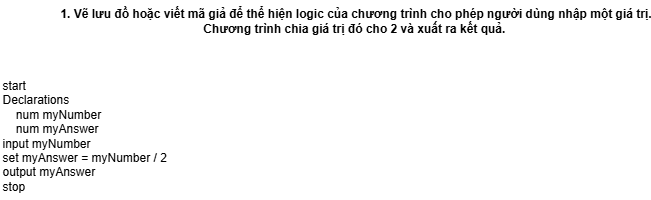
Earlier version of the draw.io export Exercises.drawio.png (tano-dev/CSLT_MTH00055). Source tidied: cells renumbered, new cells last; positions are measured from the earlier drawing's top-left corner, leaving out a move shared by most shapes.
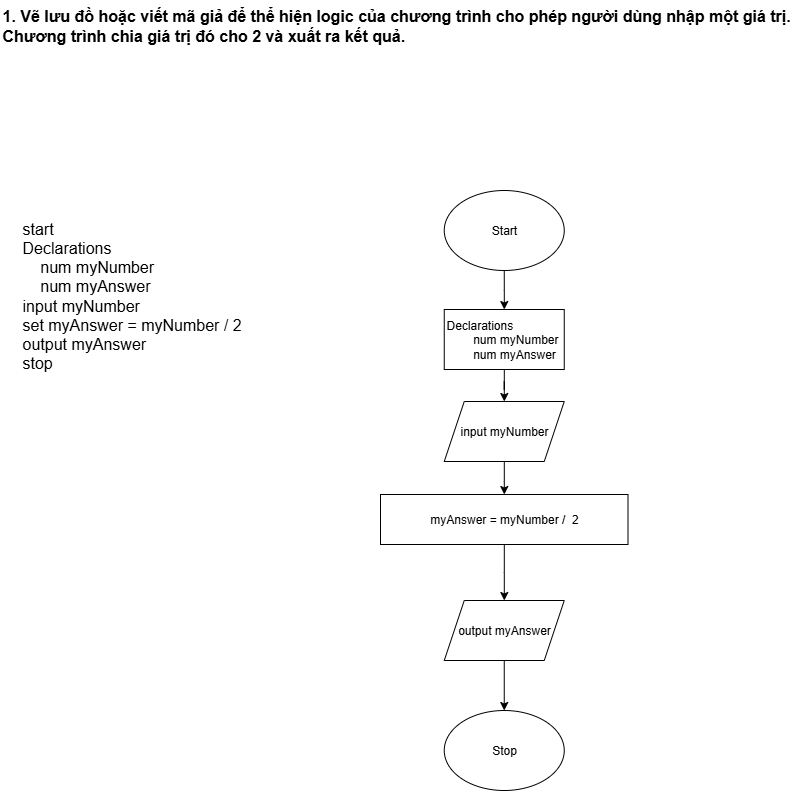
The same file after the commit.

What changed in the source:
```diff
@@ -2,11 +2,44 @@
   <root>
     <mxCell id="0" />
     <mxCell id="1" parent="0" />
-    <mxCell id="2" value="1. Vẽ lưu đồ hoặc viết mã giả để thể hiện logic của chương trình cho phép người dùng nhập một giá trị.&lt;br&gt;Chương trình chia giá trị đó cho 2 và xuất ra kết quả.&amp;nbsp;" style="text;html=1;align=center;verticalAlign=middle;strokeColor=none;fillColor=none;fontStyle=1;" parent="1" vertex="1">
-      <mxGeometry x="70" width="570" height="40" as="geometry" />
+    <mxCell id="2" value="&lt;font&gt;1. Vẽ lưu đồ hoặc viết mã giả để thể hiện logic của chương trình cho phép người dùng nhập một giá trị.&lt;br&gt;Chương trình chia giá trị đó cho 2 và xuất ra kết quả.&amp;nbsp;&lt;/font&gt;" style="text;html=1;align=left;verticalAlign=middle;strokeColor=none;fillColor=none;fontStyle=1;fontSize=16;labelBorderColor=none;" parent="1" vertex="1">
+      <mxGeometry x="-40" width="760" height="50" as="geometry" />
     </mxCell>
-    <mxCell id="3" value="&lt;div&gt;start&lt;/div&gt;&lt;div&gt;Declarations&lt;/div&gt;&lt;div&gt;&amp;nbsp; &amp;nbsp; num myNumber&lt;/div&gt;&lt;div&gt;&amp;nbsp; &amp;nbsp; num myAnswer&lt;/div&gt;&lt;div&gt;input myNumber&lt;/div&gt;&lt;div&gt;set myAnswer = myNumber / 2&lt;/div&gt;&lt;div&gt;output myAnswer&lt;/div&gt;&lt;div&gt;stop&lt;/div&gt;" style="text;html=1;align=left;verticalAlign=middle;strokeColor=none;fillColor=none;" parent="1" vertex="1">
-      <mxGeometry y="70" width="190" height="130" as="geometry" />
+    <mxCell id="3" value="&lt;div&gt;start&lt;/div&gt;&lt;div&gt;Declarations&lt;/div&gt;&lt;div&gt;&amp;nbsp; &amp;nbsp; num myNumber&lt;/div&gt;&lt;div&gt;&amp;nbsp; &amp;nbsp; num myAnswer&lt;/div&gt;&lt;div&gt;input myNumber&lt;/div&gt;&lt;div&gt;set myAnswer = myNumber / 2&lt;/div&gt;&lt;div&gt;output myAnswer&lt;/div&gt;&lt;div&gt;stop&lt;/div&gt;" style="text;html=1;align=left;verticalAlign=middle;strokeColor=none;fillColor=none;fontSize=16;" parent="1" vertex="1">
+      <mxGeometry x="-20" y="210" width="240" height="170" as="geometry" />
     </mxCell>
+    <mxCell id="4" value="Stop" style="ellipse;whiteSpace=wrap;html=1;" parent="1" vertex="1">
+      <mxGeometry x="403.8" y="710" width="120" height="80" as="geometry" />
+    </mxCell>
+    <mxCell id="5" style="edgeStyle=orthogonalEdgeStyle;rounded=0;jettySize=auto;html=1;" parent="1" edge="1" source="6" target="8">
+      <mxGeometry relative="1" as="geometry" />
+    </mxCell>
+    <mxCell id="6" value="Start" style="ellipse;whiteSpace=wrap;html=1;" parent="1" vertex="1">
+      <mxGeometry x="403.8" y="190" width="120" height="80" as="geometry" />
+    </mxCell>
+    <mxCell id="7" style="edgeStyle=orthogonalEdgeStyle;rounded=0;jettySize=auto;html=1;" parent="1" edge="1" source="8" target="12">
+      <mxGeometry relative="1" as="geometry" />
+    </mxCell>
+    <mxCell id="8" value="&lt;div style=&quot;&quot;&gt;&lt;span style=&quot;background-color: transparent; color: light-dark(rgb(0, 0, 0), rgb(255, 255, 255));&quot;&gt;Declarations&lt;/span&gt;&lt;/div&gt;&lt;div style=&quot;&quot;&gt;&lt;span style=&quot;white-space: pre;&quot;&gt;&#9;&lt;/span&gt;num myNumber&lt;br&gt;&lt;/div&gt;&lt;div style=&quot;&quot;&gt;&lt;span style=&quot;white-space: pre;&quot;&gt;&#9;&lt;/span&gt;num myAnswer&lt;/div&gt;" style="rounded=0;whiteSpace=wrap;html=1;align=left;" parent="1" vertex="1">
+      <mxGeometry x="403.8" y="309" width="120" height="60" as="geometry" />
+    </mxCell>
+    <mxCell id="9" style="edgeStyle=orthogonalEdgeStyle;rounded=0;jettySize=auto;html=1;" parent="1" edge="1" source="10" target="4">
+      <mxGeometry relative="1" as="geometry" />
+    </mxCell>
+    <mxCell id="10" value="output myAnswer" style="shape=parallelogram;perimeter=parallelogramPerimeter;whiteSpace=wrap;html=1;fixedSize=1;" parent="1" vertex="1">
+      <mxGeometry x="403.8" y="600" width="120" height="60" as="geometry" />
+    </mxCell>
+    <mxCell id="11" style="edgeStyle=orthogonalEdgeStyle;rounded=0;jettySize=auto;html=1;" parent="1" edge="1" source="12" target="14">
+      <mxGeometry relative="1" as="geometry" />
+    </mxCell>
+    <mxCell id="12" value="input myNumber" style="shape=parallelogram;perimeter=parallelogramPerimeter;whiteSpace=wrap;html=1;fixedSize=1;" parent="1" vertex="1">
+      <mxGeometry x="403.8" y="401" width="120" height="60" as="geometry" />
+    </mxCell>
+    <mxCell id="13" style="edgeStyle=orthogonalEdgeStyle;rounded=0;jettySize=auto;html=1;" parent="1" edge="1" source="14" target="10">
+      <mxGeometry relative="1" as="geometry" />
+    </mxCell>
+    <mxCell id="14" value="myAnswer = myNumber /&amp;nbsp; 2" style="rounded=0;whiteSpace=wrap;html=1;" parent="1" vertex="1">
+      <mxGeometry x="340" y="494" width="247.5" height="50" as="geometry" />
+    </mxCell>
   </root>
 </mxGraphModel>
```
